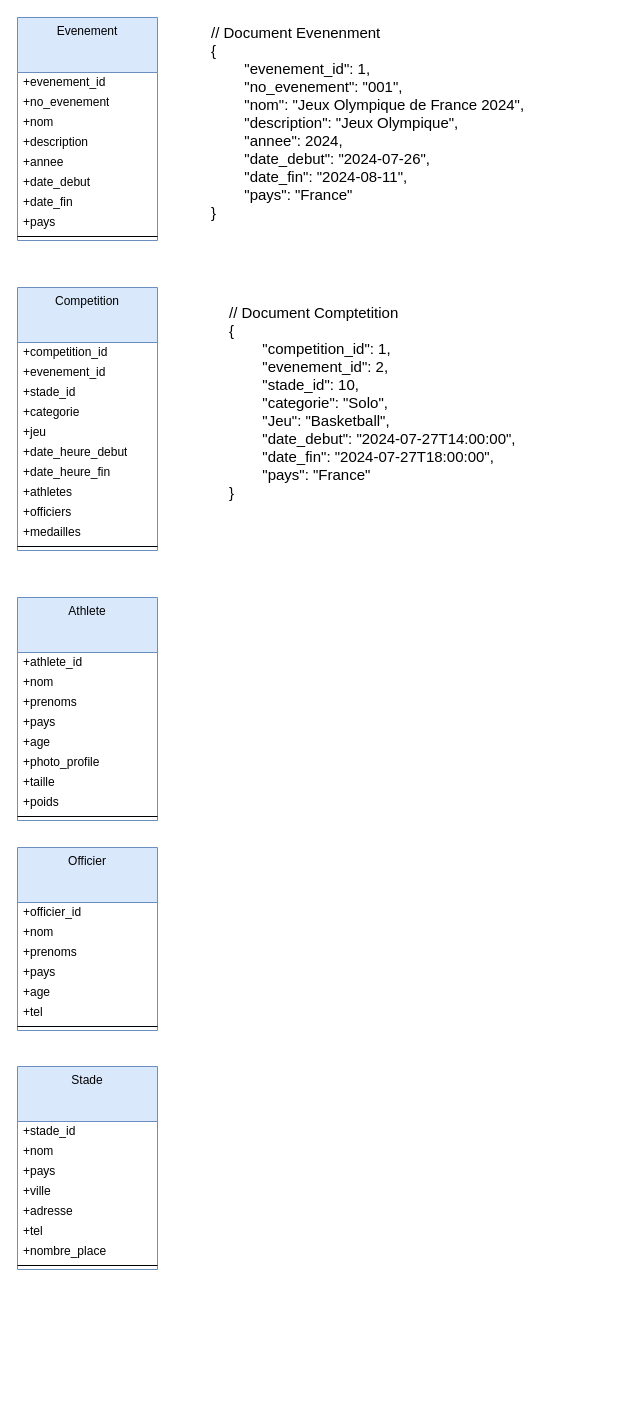
Kaji17/Diagramme-UML keeps this draw.io diagram as nosql.drawio. Above is the earlier version. Source tidied: cells renumbered, new cells numbered last; positions are measured from the earlier drawing's top-left corner, leaving out a move shared by most shapes. Both pictures are drawn from the tidied source at 100%, with x=0, y=0 at pixel (17, 17).
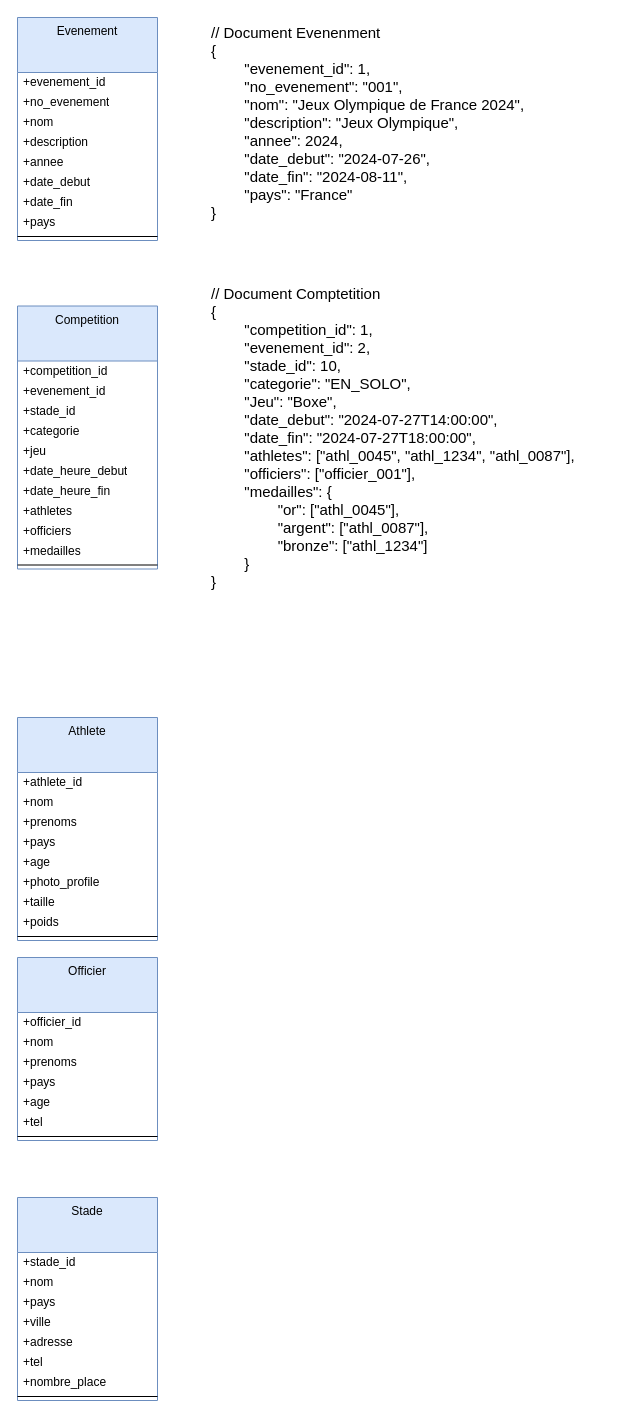
The same page after the edit.

Commit message (it also covers changes not shown here):
Mettre à jour nosql.drawio

The edit, as a diff of the source:
```diff
@@
     <mxCell id="12" value="Competition" style="swimlane;fontStyle=0;align=center;verticalAlign=top;horizontal=1;startSize=55;html=1;whiteSpace=wrap;fillColor=#dae8fc;strokeColor=#6c8ebf;" parent="1" vertex="1">
-      <mxGeometry y="270" width="140" height="263" as="geometry" />
+      <mxGeometry y="288.5" width="140" height="263" as="geometry" />
     </mxCell>
@@
     <mxCell id="24" value="Athlete" style="swimlane;fontStyle=0;align=center;verticalAlign=top;horizontal=1;startSize=55;html=1;whiteSpace=wrap;fillColor=#dae8fc;strokeColor=#6c8ebf;" parent="1" vertex="1">
-      <mxGeometry y="580" width="140" height="223" as="geometry" />
+      <mxGeometry y="700" width="140" height="223" as="geometry" />
     </mxCell>
@@
     <mxCell id="34" value="Officier" style="swimlane;fontStyle=0;align=center;verticalAlign=top;horizontal=1;startSize=55;html=1;whiteSpace=wrap;fillColor=#dae8fc;strokeColor=#6c8ebf;" parent="1" vertex="1">
-      <mxGeometry y="830" width="140" height="183" as="geometry" />
+      <mxGeometry y="940" width="140" height="183" as="geometry" />
     </mxCell>
@@
     <mxCell id="42" value="Stade" style="swimlane;fontStyle=0;align=center;verticalAlign=top;horizontal=1;startSize=55;html=1;whiteSpace=wrap;fillColor=#dae8fc;strokeColor=#6c8ebf;" parent="1" vertex="1">
-      <mxGeometry y="1049" width="140" height="203" as="geometry" />
+      <mxGeometry y="1180" width="140" height="203" as="geometry" />
     </mxCell>
@@
-    <mxCell id="52" value="&lt;div style=&quot;font-size: 15px;&quot;&gt;&lt;span style=&quot;background-color: initial;&quot;&gt;&lt;font style=&quot;font-size: 15px;&quot;&gt;// Document Comptetition&lt;/font&gt;&lt;/span&gt;&lt;/div&gt;&lt;div style=&quot;font-size: 15px;&quot;&gt;&lt;span style=&quot;background-color: initial;&quot;&gt;&lt;font style=&quot;font-size: 15px;&quot;&gt;{&lt;/font&gt;&lt;/span&gt;&lt;/div&gt;&lt;div style=&quot;font-size: 15px;&quot;&gt;&lt;span style=&quot;background-color: initial;&quot; class=&quot;hljs-attr&quot;&gt;&lt;span style=&quot;white-space-collapse: preserve;&quot;&gt;&#9;&lt;/span&gt;&quot;competition_id&quot;&lt;/span&gt;&lt;span style=&quot;background-color: initial;&quot; class=&quot;hljs-punctuation&quot;&gt;:&lt;/span&gt;&lt;span style=&quot;background-color: initial;&quot;&gt;&amp;nbsp;1&lt;/span&gt;&lt;span style=&quot;background-color: initial;&quot; class=&quot;hljs-punctuation&quot;&gt;,&lt;/span&gt;&lt;/div&gt;&lt;span style=&quot;font-size: 15px;&quot; class=&quot;hljs-attr&quot;&gt;&lt;/span&gt;&lt;div style=&quot;font-size: 15px;&quot;&gt;&lt;font style=&quot;font-size: 15px;&quot;&gt;&lt;span style=&quot;background-color: initial;&quot; class=&quot;hljs-attr&quot;&gt;&lt;span style=&quot;white-space: pre;&quot;&gt;&#9;&lt;/span&gt;&quot;evenement_id&quot;&lt;/span&gt;&lt;span style=&quot;background-color: initial;&quot; class=&quot;hljs-punctuation&quot;&gt;:&lt;/span&gt;&lt;span style=&quot;background-color: initial;&quot;&gt;&amp;nbsp;2&lt;/span&gt;&lt;span style=&quot;background-color: initial;&quot; class=&quot;hljs-punctuation&quot;&gt;,&lt;/span&gt;&lt;/font&gt;&lt;/div&gt;&lt;div style=&quot;font-size: 15px;&quot;&gt;&lt;font style=&quot;font-size: 15px;&quot;&gt;&lt;span style=&quot;background-color: initial;&quot; class=&quot;hljs-punctuation&quot;&gt;&lt;span style=&quot;white-space: pre;&quot;&gt;&#9;&lt;/span&gt;&quot;stade_id&quot;: 10,&lt;br&gt;&lt;/span&gt;&lt;/font&gt;&lt;/div&gt;&lt;div style=&quot;font-size: 15px;&quot;&gt;&lt;font style=&quot;font-size: 15px;&quot;&gt;&lt;span style=&quot;background-color: initial;&quot; class=&quot;hljs-punctuation&quot;&gt;&lt;span style=&quot;white-space: pre;&quot;&gt;&#9;&lt;/span&gt;&quot;categorie&quot;: &quot;Solo&quot;,&lt;br&gt;&lt;/span&gt;&lt;/font&gt;&lt;/div&gt;    &lt;span style=&quot;font-size: 15px;&quot; class=&quot;hljs-attr&quot;&gt;&lt;div style=&quot;&quot;&gt;&lt;font style=&quot;font-size: 15px;&quot;&gt;&lt;span style=&quot;background-color: initial;&quot; class=&quot;hljs-attr&quot;&gt;&lt;span style=&quot;white-space: pre;&quot;&gt;&#9;&lt;/span&gt;&quot;Jeu&quot;&lt;/span&gt;&lt;span style=&quot;background-color: initial;&quot; class=&quot;hljs-punctuation&quot;&gt;:&lt;/span&gt;&lt;span style=&quot;background-color: initial;&quot;&gt; &lt;/span&gt;&lt;span style=&quot;background-color: initial;&quot; class=&quot;hljs-number&quot;&gt;&quot;Basketball&quot;&lt;/span&gt;&lt;span style=&quot;background-color: initial;&quot; class=&quot;hljs-punctuation&quot;&gt;,&lt;/span&gt;&lt;/font&gt;&lt;/div&gt;&lt;/span&gt;&lt;div style=&quot;font-size: 15px;&quot;&gt;&lt;font style=&quot;font-size: 15px;&quot;&gt;&lt;span style=&quot;background-color: initial;&quot; class=&quot;hljs-attr&quot;&gt;&lt;span style=&quot;white-space: pre;&quot;&gt;&#9;&lt;/span&gt;&quot;date_debut&quot;&lt;/span&gt;&lt;span style=&quot;background-color: initial;&quot; class=&quot;hljs-punctuation&quot;&gt;:&lt;/span&gt;&lt;span style=&quot;background-color: initial;&quot;&gt; &lt;/span&gt;&lt;span style=&quot;background-color: initial;&quot; class=&quot;hljs-string&quot;&gt;&quot;2024-07-27T14:00:00&quot;&lt;/span&gt;&lt;span style=&quot;background-color: initial;&quot; class=&quot;hljs-punctuation&quot;&gt;,&lt;/span&gt;&lt;/font&gt;&lt;/div&gt;    &lt;span style=&quot;font-size: 15px;&quot; class=&quot;hljs-attr&quot;&gt;&lt;div style=&quot;&quot;&gt;&lt;font style=&quot;font-size: 15px;&quot;&gt;&lt;span style=&quot;background-color: initial;&quot; class=&quot;hljs-attr&quot;&gt;&lt;span style=&quot;white-space: pre;&quot;&gt;&#9;&lt;/span&gt;&quot;date_fin&quot;&lt;/span&gt;&lt;span style=&quot;background-color: initial;&quot; class=&quot;hljs-punctuation&quot;&gt;:&lt;/span&gt;&lt;span style=&quot;background-color: initial;&quot;&gt; &lt;/span&gt;&lt;span style=&quot;background-color: initial;&quot; class=&quot;hljs-string&quot;&gt;&quot;2024-07-27T18:00:00&quot;&lt;/span&gt;&lt;span style=&quot;background-color: initial;&quot; class=&quot;hljs-punctuation&quot;&gt;,&lt;/span&gt;&lt;/font&gt;&lt;/div&gt;&lt;/span&gt;&lt;div style=&quot;font-size: 15px;&quot;&gt;&lt;font style=&quot;font-size: 15px;&quot;&gt;&lt;span style=&quot;background-color: initial;&quot; class=&quot;hljs-attr&quot;&gt;&lt;span style=&quot;white-space: pre;&quot;&gt;&#9;&lt;/span&gt;&quot;pays&quot;&lt;/span&gt;&lt;span style=&quot;background-color: initial;&quot; class=&quot;hljs-punctuation&quot;&gt;:&lt;/span&gt;&lt;span style=&quot;background-color: initial;&quot;&gt; &lt;/span&gt;&lt;span style=&quot;background-color: initial;&quot; class=&quot;hljs-string&quot;&gt;&quot;France&quot;&lt;/span&gt;&lt;/font&gt;&lt;/div&gt;  &lt;span style=&quot;font-size: 15px;&quot; class=&quot;hljs-punctuation&quot;&gt;&lt;div style=&quot;&quot;&gt;&lt;span style=&quot;background-color: initial;&quot;&gt;&lt;font style=&quot;font-size: 15px;&quot;&gt;}&lt;/font&gt;&lt;/span&gt;&lt;/div&gt;&lt;/span&gt;" style="text;html=1;align=left;verticalAlign=middle;strokeColor=none;fillColor=none;" parent="1" vertex="1">
-      <mxGeometry x="210" y="280" width="310" height="210" as="geometry" />
+    <mxCell id="52" value="&lt;div style=&quot;font-size: 15px;&quot;&gt;&lt;span style=&quot;background-color: initial;&quot;&gt;&lt;font style=&quot;font-size: 15px;&quot;&gt;// Document Comptetition&lt;/font&gt;&lt;/span&gt;&lt;/div&gt;&lt;div style=&quot;font-size: 15px;&quot;&gt;&lt;span style=&quot;background-color: initial;&quot;&gt;&lt;font style=&quot;font-size: 15px;&quot;&gt;{&lt;/font&gt;&lt;/span&gt;&lt;/div&gt;&lt;div style=&quot;font-size: 15px;&quot;&gt;&lt;span style=&quot;background-color: initial;&quot; class=&quot;hljs-attr&quot;&gt;&lt;span style=&quot;white-space-collapse: preserve;&quot;&gt;&#9;&lt;/span&gt;&quot;competition_id&quot;&lt;/span&gt;&lt;span style=&quot;background-color: initial;&quot; class=&quot;hljs-punctuation&quot;&gt;:&lt;/span&gt;&lt;span style=&quot;background-color: initial;&quot;&gt;&amp;nbsp;1&lt;/span&gt;&lt;span style=&quot;background-color: initial;&quot; class=&quot;hljs-punctuation&quot;&gt;,&lt;/span&gt;&lt;/div&gt;&lt;span style=&quot;font-size: 15px;&quot; class=&quot;hljs-attr&quot;&gt;&lt;/span&gt;&lt;div style=&quot;font-size: 15px;&quot;&gt;&lt;font style=&quot;font-size: 15px;&quot;&gt;&lt;span style=&quot;background-color: initial;&quot; class=&quot;hljs-attr&quot;&gt;&lt;span style=&quot;white-space: pre;&quot;&gt;&#9;&lt;/span&gt;&quot;evenement_id&quot;&lt;/span&gt;&lt;span style=&quot;background-color: initial;&quot; class=&quot;hljs-punctuation&quot;&gt;:&lt;/span&gt;&lt;span style=&quot;background-color: initial;&quot;&gt;&amp;nbsp;2&lt;/span&gt;&lt;span style=&quot;background-color: initial;&quot; class=&quot;hljs-punctuation&quot;&gt;,&lt;/span&gt;&lt;/font&gt;&lt;/div&gt;&lt;div style=&quot;font-size: 15px;&quot;&gt;&lt;font style=&quot;font-size: 15px;&quot;&gt;&lt;span style=&quot;background-color: initial;&quot; class=&quot;hljs-punctuation&quot;&gt;&lt;span style=&quot;white-space: pre;&quot;&gt;&#9;&lt;/span&gt;&quot;stade_id&quot;: 10,&lt;br&gt;&lt;/span&gt;&lt;/font&gt;&lt;/div&gt;&lt;div style=&quot;font-size: 15px;&quot;&gt;&lt;font style=&quot;font-size: 15px;&quot;&gt;&lt;span style=&quot;background-color: initial;&quot; class=&quot;hljs-punctuation&quot;&gt;&lt;span style=&quot;white-space: pre;&quot;&gt;&#9;&lt;/span&gt;&quot;categorie&quot;: &quot;EN_SOLO&quot;,&lt;br&gt;&lt;/span&gt;&lt;/font&gt;&lt;/div&gt;    &lt;span style=&quot;font-size: 15px;&quot; class=&quot;hljs-attr&quot;&gt;&lt;div style=&quot;&quot;&gt;&lt;font style=&quot;font-size: 15px;&quot;&gt;&lt;span style=&quot;background-color: initial;&quot; class=&quot;hljs-attr&quot;&gt;&lt;span style=&quot;white-space: pre;&quot;&gt;&#9;&lt;/span&gt;&quot;Jeu&quot;&lt;/span&gt;&lt;span style=&quot;background-color: initial;&quot; class=&quot;hljs-punctuation&quot;&gt;:&lt;/span&gt;&lt;span style=&quot;background-color: initial;&quot;&gt; &lt;/span&gt;&lt;span style=&quot;background-color: initial;&quot; class=&quot;hljs-number&quot;&gt;&quot;Boxe&quot;&lt;/span&gt;&lt;span style=&quot;background-color: initial;&quot; class=&quot;hljs-punctuation&quot;&gt;,&lt;/span&gt;&lt;/font&gt;&lt;/div&gt;&lt;/span&gt;&lt;div style=&quot;font-size: 15px;&quot;&gt;&lt;font style=&quot;font-size: 15px;&quot;&gt;&lt;span style=&quot;background-color: initial;&quot; class=&quot;hljs-attr&quot;&gt;&lt;span style=&quot;white-space: pre;&quot;&gt;&#9;&lt;/span&gt;&quot;date_debut&quot;&lt;/span&gt;&lt;span style=&quot;background-color: initial;&quot; class=&quot;hljs-punctuation&quot;&gt;:&lt;/span&gt;&lt;span style=&quot;background-color: initial;&quot;&gt; &lt;/span&gt;&lt;span style=&quot;background-color: initial;&quot; class=&quot;hljs-string&quot;&gt;&quot;2024-07-27T14:00:00&quot;&lt;/span&gt;&lt;span style=&quot;background-color: initial;&quot; class=&quot;hljs-punctuation&quot;&gt;,&lt;/span&gt;&lt;/font&gt;&lt;/div&gt;    &lt;span style=&quot;font-size: 15px;&quot; class=&quot;hljs-attr&quot;&gt;&lt;div style=&quot;&quot;&gt;&lt;font style=&quot;font-size: 15px;&quot;&gt;&lt;span style=&quot;background-color: initial;&quot; class=&quot;hljs-attr&quot;&gt;&lt;span style=&quot;white-space: pre;&quot;&gt;&#9;&lt;/span&gt;&quot;date_fin&quot;&lt;/span&gt;&lt;span style=&quot;background-color: initial;&quot; class=&quot;hljs-punctuation&quot;&gt;:&lt;/span&gt;&lt;span style=&quot;background-color: initial;&quot;&gt; &lt;/span&gt;&lt;span style=&quot;background-color: initial;&quot; class=&quot;hljs-string&quot;&gt;&quot;2024-07-27T18:00:00&quot;&lt;/span&gt;&lt;span style=&quot;background-color: initial;&quot; class=&quot;hljs-punctuation&quot;&gt;,&lt;/span&gt;&lt;/font&gt;&lt;/div&gt;&lt;div style=&quot;&quot;&gt;&lt;font style=&quot;font-size: 15px;&quot;&gt;&lt;span style=&quot;background-color: initial;&quot; class=&quot;hljs-punctuation&quot;&gt;&lt;span style=&quot;white-space: pre;&quot;&gt;&#9;&lt;/span&gt;&lt;/span&gt;&lt;/font&gt;&lt;span style=&quot;background-color: initial;&quot; class=&quot;hljs-attr&quot;&gt;&quot;athletes&quot;&lt;/span&gt;&lt;span style=&quot;background-color: initial;&quot; class=&quot;hljs-punctuation&quot;&gt;:&lt;/span&gt;&lt;span style=&quot;background-color: initial;&quot;&gt;&amp;nbsp;&lt;/span&gt;&lt;span style=&quot;background-color: initial;&quot; class=&quot;hljs-string&quot;&gt;[&quot;athl_0045&quot;, &quot;athl_1234&quot;, &quot;athl_0087&quot;]&lt;/span&gt;&lt;span style=&quot;background-color: initial;&quot; class=&quot;hljs-punctuation&quot;&gt;,&lt;/span&gt;&lt;/div&gt;&lt;div style=&quot;&quot;&gt;&lt;span style=&quot;background-color: initial;&quot; class=&quot;hljs-punctuation&quot;&gt;&lt;span style=&quot;background-color: initial;&quot; class=&quot;hljs-punctuation&quot;&gt;&lt;span style=&quot;white-space-collapse: preserve;&quot;&gt;&#9;&lt;/span&gt;&lt;/span&gt;&quot;officiers&quot;:&amp;nbsp;[&quot;officier_001&quot;],&lt;/span&gt;&lt;/div&gt;&lt;/span&gt;&lt;div style=&quot;font-size: 15px;&quot;&gt;&lt;font style=&quot;font-size: 15px;&quot;&gt;&lt;span style=&quot;background-color: initial;&quot; class=&quot;hljs-attr&quot;&gt;&lt;span style=&quot;white-space: pre;&quot;&gt;&#9;&lt;/span&gt;&quot;medailles&quot;&lt;/span&gt;&lt;span style=&quot;background-color: initial;&quot; class=&quot;hljs-punctuation&quot;&gt;:&lt;/span&gt;&lt;span style=&quot;background-color: initial;&quot;&gt; &lt;/span&gt;&lt;span style=&quot;background-color: initial;&quot; class=&quot;hljs-string&quot;&gt;{&lt;/span&gt;&lt;/font&gt;&lt;/div&gt;&lt;div style=&quot;font-size: 15px;&quot;&gt;&lt;font style=&quot;font-size: 15px;&quot;&gt;&lt;span style=&quot;background-color: initial;&quot; class=&quot;hljs-string&quot;&gt;&lt;span style=&quot;white-space: pre;&quot;&gt;&#9;&lt;/span&gt;&lt;span style=&quot;white-space: pre;&quot;&gt;&#9;&lt;/span&gt;&quot;or&quot;: [&quot;&lt;/span&gt;&lt;/font&gt;&lt;span style=&quot;background-color: initial;&quot;&gt;athl_0045&quot;&lt;/span&gt;&lt;span style=&quot;background-color: initial;&quot;&gt;],&lt;/span&gt;&lt;/div&gt;&lt;div style=&quot;font-size: 15px;&quot;&gt;&lt;span style=&quot;background-color: initial;&quot;&gt;&lt;span style=&quot;white-space: pre;&quot;&gt;&#9;&lt;/span&gt;&lt;span style=&quot;white-space: pre;&quot;&gt;&#9;&lt;/span&gt;&quot;argent&quot;: [&quot;&lt;/span&gt;&lt;span style=&quot;background-color: initial;&quot;&gt;athl_0087&lt;/span&gt;&lt;span style=&quot;background-color: initial;&quot;&gt;&quot;],&lt;/span&gt;&lt;/div&gt;&lt;div style=&quot;font-size: 15px;&quot;&gt;&lt;span style=&quot;background-color: initial;&quot;&gt;&lt;span style=&quot;white-space: pre;&quot;&gt;&#9;&lt;/span&gt;&lt;span style=&quot;white-space: pre;&quot;&gt;&#9;&lt;/span&gt;&quot;bronze&quot;: [&quot;&lt;/span&gt;&lt;span style=&quot;background-color: initial;&quot;&gt;athl_1234&lt;/span&gt;&lt;span style=&quot;background-color: initial;&quot;&gt;&quot;]&lt;/span&gt;&lt;/div&gt;&lt;div style=&quot;font-size: 15px;&quot;&gt;&lt;font style=&quot;font-size: 15px;&quot;&gt;&lt;span style=&quot;background-color: initial;&quot; class=&quot;hljs-string&quot;&gt;&lt;span style=&quot;white-space: pre;&quot;&gt;&#9;&lt;/span&gt;}&lt;br&gt;&lt;/span&gt;&lt;/font&gt;&lt;/div&gt;  &lt;span style=&quot;font-size: 15px;&quot; class=&quot;hljs-punctuation&quot;&gt;&lt;div style=&quot;&quot;&gt;&lt;span style=&quot;background-color: initial;&quot;&gt;&lt;font style=&quot;font-size: 15px;&quot;&gt;}&lt;/font&gt;&lt;/span&gt;&lt;/div&gt;&lt;/span&gt;" style="text;html=1;align=left;verticalAlign=middle;strokeColor=none;fillColor=none;" parent="1" vertex="1">
+      <mxGeometry x="192" y="260" width="390" height="320" as="geometry" />
     </mxCell>
```
